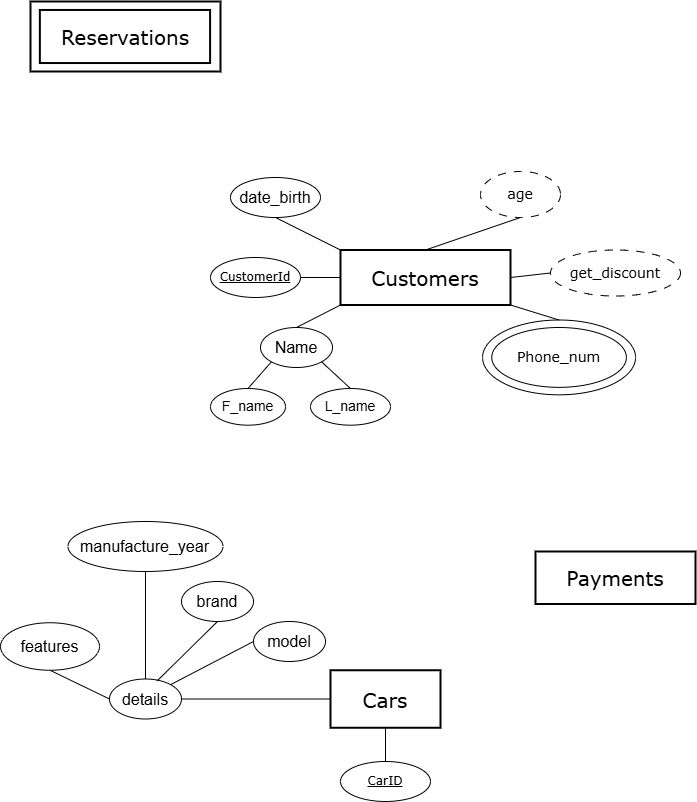
Earlier version of the draw.io export ER Diagram.drawio.png (haneen1705/ERDs). Source tidied: cells renumbered, new cells last; positions are measured from the earlier drawing's top-left corner, leaving out a move shared by most shapes.
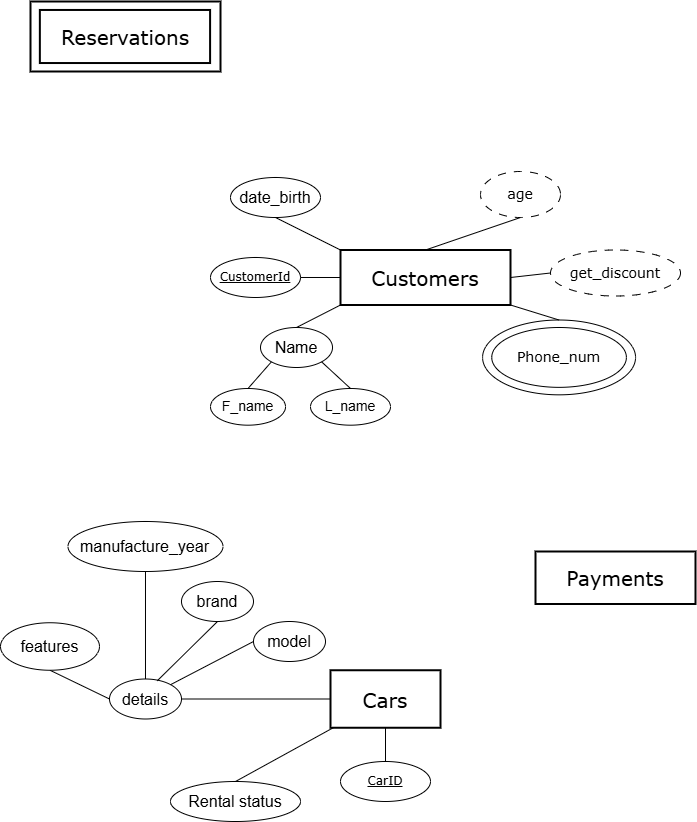
After the commit.

The edit, as a diff of the source:
```diff
@@ -113,5 +113,11 @@
     <mxCell id="38" value="&lt;font style=&quot;font-size: 16px;&quot;&gt;features&lt;/font&gt;" style="ellipse;whiteSpace=wrap;html=1;" parent="1" vertex="1">
       <mxGeometry y="621.2" width="99" height="47.5" as="geometry" />
     </mxCell>
+    <mxCell id="39" style="endArrow=none;html=1;rounded=0;exitX=0.5;exitY=0;exitDx=0;exitDy=0;" parent="1" edge="1" source="40" target="3">
+      <mxGeometry relative="1" as="geometry" />
+    </mxCell>
+    <mxCell id="40" value="&lt;span style=&quot;font-size: 16px;&quot;&gt;Rental status&lt;/span&gt;" style="ellipse;whiteSpace=wrap;html=1;" parent="1" vertex="1">
+      <mxGeometry x="170" y="780" width="130" height="40" as="geometry" />
+    </mxCell>
   </root>
 </mxGraphModel>
```
